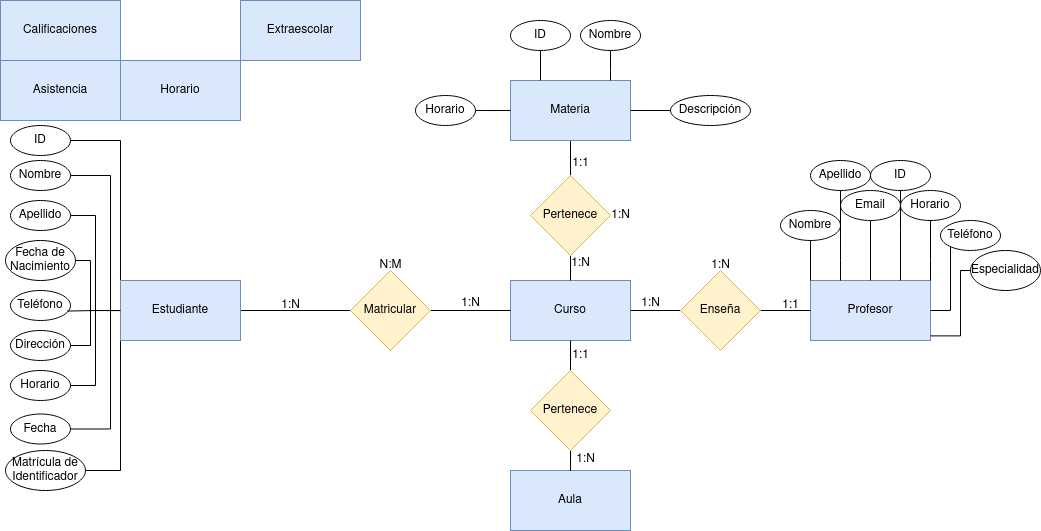
Earlier version of the draw.io export diagrama-tarea2.png (GermanOjeda/base-datos). Source tidied: cells renumbered, new cells last; positions are measured from the earlier drawing's top-left corner, leaving out a move shared by most shapes.
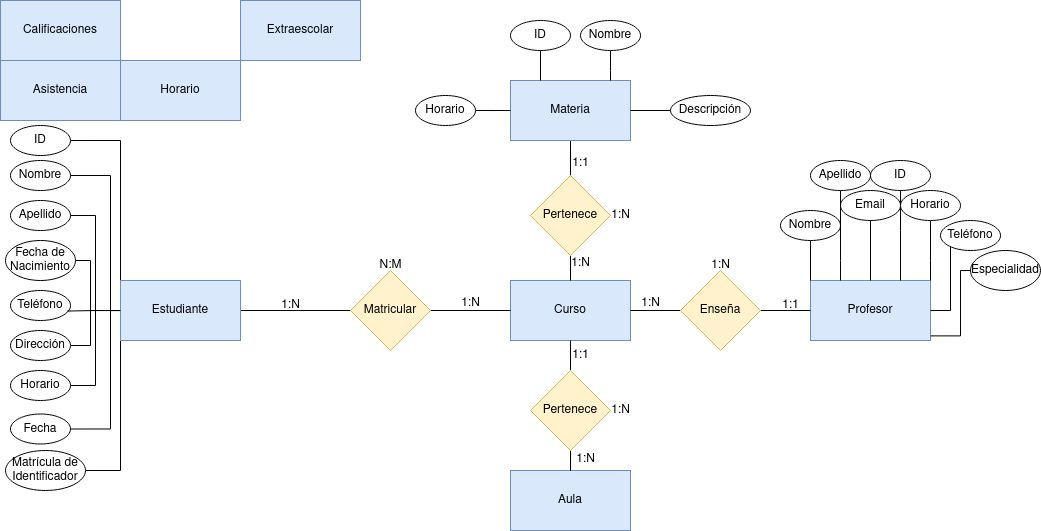
After the change.

Change to the diagram source:
```diff
@@ -280,5 +280,8 @@
     <mxCell id="73" value="1:N" style="text;html=1;align=center;verticalAlign=middle;strokeColor=none;fillColor=none;" parent="1" vertex="1">
       <mxGeometry x="565" y="443.5" width="40" height="30" as="geometry" />
     </mxCell>
+    <mxCell id="74" value="1:N" style="text;html=1;align=center;verticalAlign=middle;strokeColor=none;fillColor=none;" parent="1" vertex="1">
+      <mxGeometry x="600" y="395" width="40" height="30" as="geometry" />
+    </mxCell>
   </root>
 </mxGraphModel>
```
